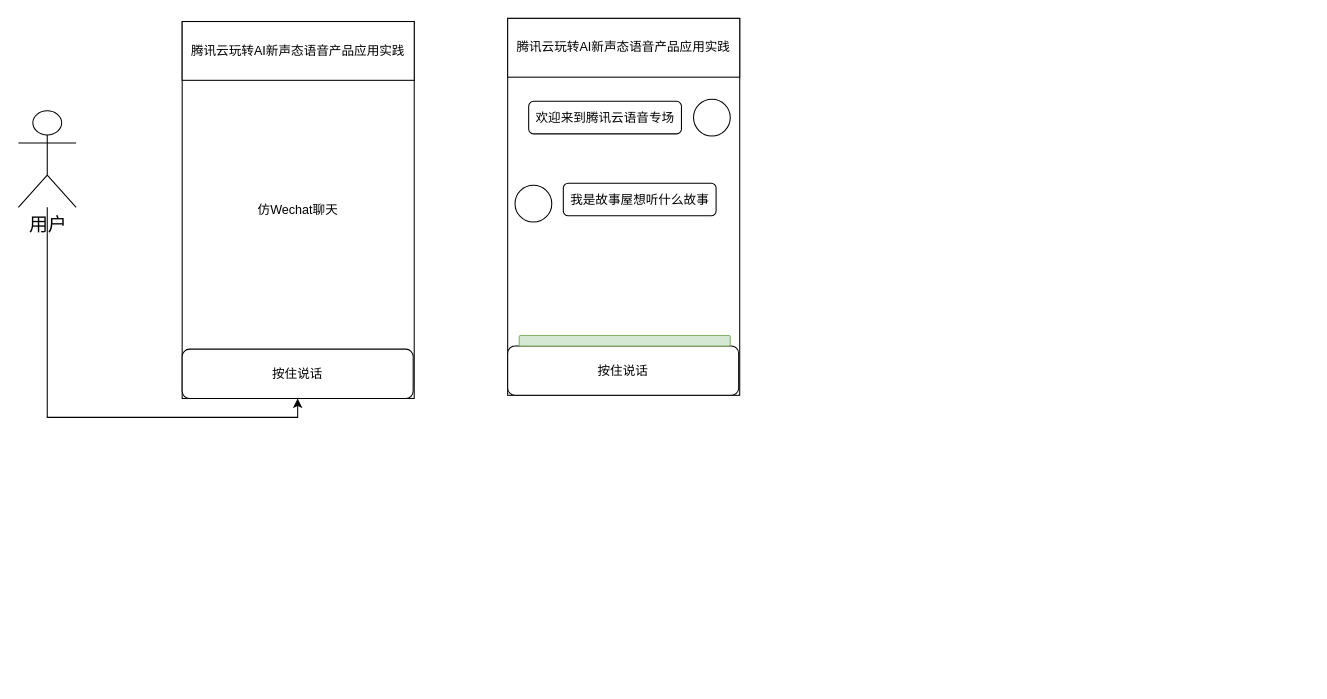
Above: 玩转AI语音智能体.drawio in yangbuyiya/yangbuyi-blog-images (draw.io), before the change. Source tidied: cells renumbered, new cells numbered last; positions are measured from the earlier drawing's top-left corner, leaving out a move shared by most shapes. Both pictures are drawn from the tidied source at 105%, with x=0, y=0 at pixel (18, 18). Pictures stored in the file or linked from it are replaced by grey dashed boxes.
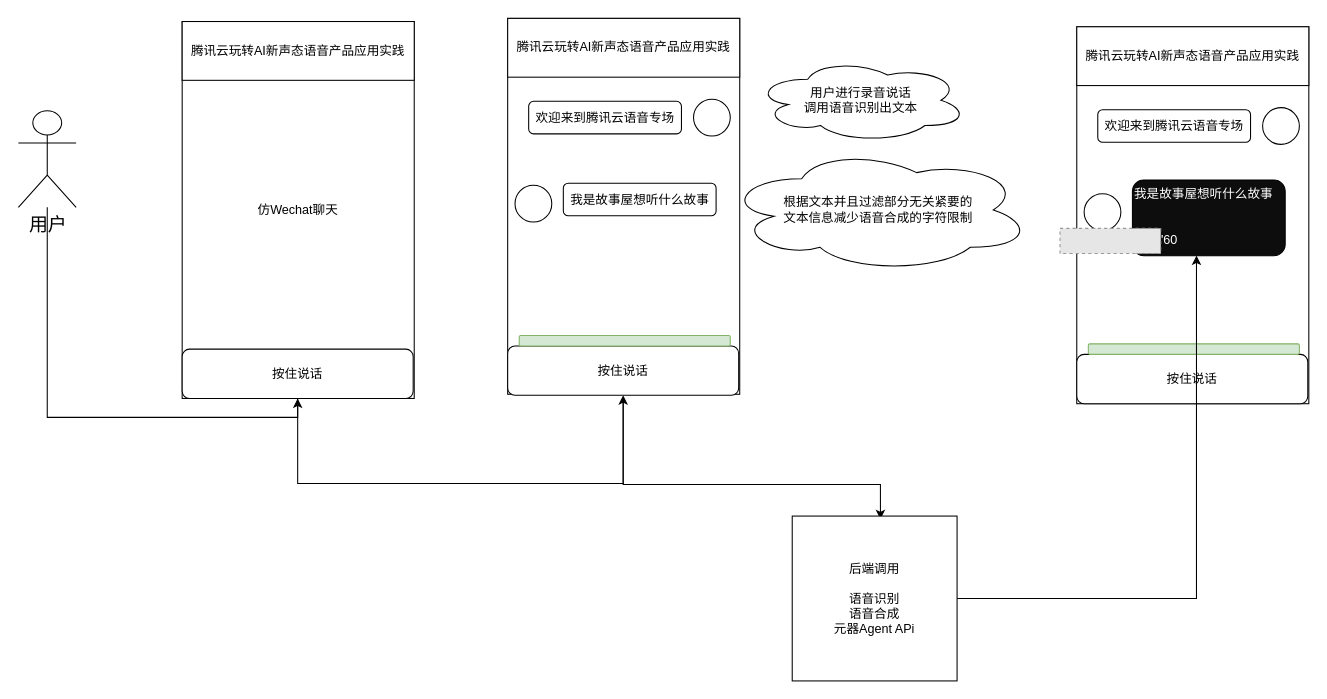
After the change.

Commit message (it also covers changes not shown here):
更新玩转AI语音智能体.drawio

The change refers to these unchanged cells:
```xml
<mxCell id="5" value="按住说话" style="rounded=1;whiteSpace=wrap;html=1;" parent="1" vertex="1">
  <mxGeometry x="156" y="315" width="220" height="47" as="geometry" />
</mxCell>
<mxCell id="8" value="按住说话" style="rounded=1;whiteSpace=wrap;html=1;" parent="1" vertex="1">
  <mxGeometry x="466" y="312" width="220" height="47" as="geometry" />
</mxCell>
```

What changed in the source:
```diff
@@
+    <mxCell id="15" style="edgeStyle=orthogonalEdgeStyle;rounded=0;jettySize=auto;html=1;entryX=0.5;entryY=1;entryDx=0;entryDy=0;" parent="1" edge="1" source="5" target="8">
+      <mxGeometry relative="1" as="geometry">
+        <Array as="points">
+          <mxPoint x="266" y="443" />
+          <mxPoint x="576" y="443" />
+        </Array>
+      </mxGeometry>
+    </mxCell>
@@
     <mxCell id="7" style="rounded=0;whiteSpace=wrap;html=1;" parent="1" vertex="1">
-      <mxGeometry x="466" width="221" height="359" as="geometry" />
+      <mxGeometry x="466" width="221" height="358" as="geometry" />
     </mxCell>
+    <mxCell id="16" style="edgeStyle=orthogonalEdgeStyle;rounded=0;orthogonalLoop=1;jettySize=auto;html=1;exitX=0.5;exitY=1;exitDx=0;exitDy=0;" parent="1" edge="1">
+      <mxGeometry relative="1" as="geometry">
+        <mxPoint x="576" y="362" as="sourcePoint" />
+        <mxPoint x="821" y="477" as="targetPoint" />
+        <Array as="points">
+          <mxPoint x="576" y="444" />
+          <mxPoint x="821" y="444" />
+        </Array>
+      </mxGeometry>
+    </mxCell>
@@
+    <mxCell id="17" value="用户进行录音说话&lt;div&gt;调用语音识别出文本&lt;/div&gt;" style="ellipse;shape=cloud;whiteSpace=wrap;html=1;" parent="1" vertex="1">
+      <mxGeometry x="701" y="38" width="203" height="80" as="geometry" />
+    </mxCell>
+    <mxCell id="18" value="根据文本并且过滤部分无关紧要的&lt;div&gt;文本信息减少语音合成的字符限制&lt;/div&gt;" style="ellipse;shape=cloud;whiteSpace=wrap;html=1;" parent="1" vertex="1">
+      <mxGeometry x="673" y="123.2" width="292" height="118.5" as="geometry" />
+    </mxCell>
+    <mxCell id="19" style="rounded=0;whiteSpace=wrap;html=1;" parent="1" vertex="1">
+      <mxGeometry x="1008" y="8" width="221" height="359" as="geometry" />
+    </mxCell>
+    <mxCell id="20" value="按住说话" style="rounded=1;whiteSpace=wrap;html=1;" parent="1" vertex="1">
+      <mxGeometry x="1008" y="320" width="220" height="47" as="geometry" />
+    </mxCell>
+    <mxCell id="21" style="ellipse;whiteSpace=wrap;html=1;" parent="1" vertex="1">
+      <mxGeometry x="1185" y="85" width="35" height="35" as="geometry" />
+    </mxCell>
+    <mxCell id="22" value="欢迎来到腾讯云语音专场" style="rounded=1;whiteSpace=wrap;html=1;" parent="1" vertex="1">
+      <mxGeometry x="1028" y="87" width="145.5" height="31" as="geometry" />
+    </mxCell>
+    <mxCell id="23" style="ellipse;whiteSpace=wrap;html=1;" parent="1" vertex="1">
+      <mxGeometry x="1015" y="167" width="35" height="35" as="geometry" />
+    </mxCell>
+    <mxCell id="24" value="&lt;font color=&quot;#ffffff&quot;&gt;我是故事屋想听什么故事&lt;/font&gt;&lt;div&gt;&lt;font color=&quot;#ffffff&quot;&gt;&lt;br&gt;&lt;/font&gt;&lt;/div&gt;&lt;div&gt;&lt;font color=&quot;#ffffff&quot;&gt;&lt;br&gt;&lt;/font&gt;&lt;/div&gt;&lt;div&gt;&lt;font color=&quot;#ffffff&quot;&gt;&amp;nbsp; &amp;nbsp; &amp;nbsp; &amp;nbsp;&lt;span style=&quot;background-color: initial;&quot;&gt;''60&lt;/span&gt;&lt;/font&gt;&lt;/div&gt;" style="rounded=1;whiteSpace=wrap;html=1;align=left;verticalAlign=top;fillColor=#0D0D0D;" parent="1" vertex="1">
+      <mxGeometry x="1061" y="154" width="145.5" height="72" as="geometry" />
+    </mxCell>
+    <mxCell id="25" value="&lt;div class=&quot;lake-content&quot;&gt;&lt;span class=&quot;ne-text&quot;&gt;腾讯云玩转AI新声态语音产品应用实践&lt;/span&gt;&lt;/div&gt;" style="rounded=0;whiteSpace=wrap;html=1;" parent="1" vertex="1">
+      <mxGeometry x="1008" y="8" width="221" height="56" as="geometry" />
+    </mxCell>
+    <mxCell id="26" style="rounded=1;whiteSpace=wrap;html=1;labelBackgroundColor=#00FF00;labelBorderColor=none;fillColor=#d5e8d4;strokeColor=#82b366;" parent="1" vertex="1">
+      <mxGeometry x="1019" y="310" width="201" height="10" as="geometry" />
+    </mxCell>
+    <mxCell id="27" style="fillColor=#E6E6E6;strokeColor=#999999;dashed=1;verticalLabelPosition=bottom;labelBackgroundColor=default;verticalAlign=top;" parent="1" vertex="1">
+      <mxGeometry x="992" y="200" width="96" height="24" as="geometry" />
+    </mxCell>
+    <mxCell id="28" style="edgeStyle=orthogonalEdgeStyle;rounded=0;jettySize=auto;html=1;" parent="1" edge="1" source="29" target="24">
+      <mxGeometry relative="1" as="geometry">
+        <Array as="points">
+          <mxPoint x="1122" y="553" />
+        </Array>
+      </mxGeometry>
+    </mxCell>
+    <mxCell id="29" value="后端调用&lt;div&gt;&lt;br&gt;&lt;/div&gt;&lt;div&gt;语音识别&lt;/div&gt;&lt;div&gt;语音合成&lt;/div&gt;&lt;div&gt;元器Agent APi&lt;/div&gt;" style="whiteSpace=wrap;html=1;" parent="1" vertex="1">
+      <mxGeometry x="737" y="474" width="157" height="157" as="geometry" />
+    </mxCell>
```
